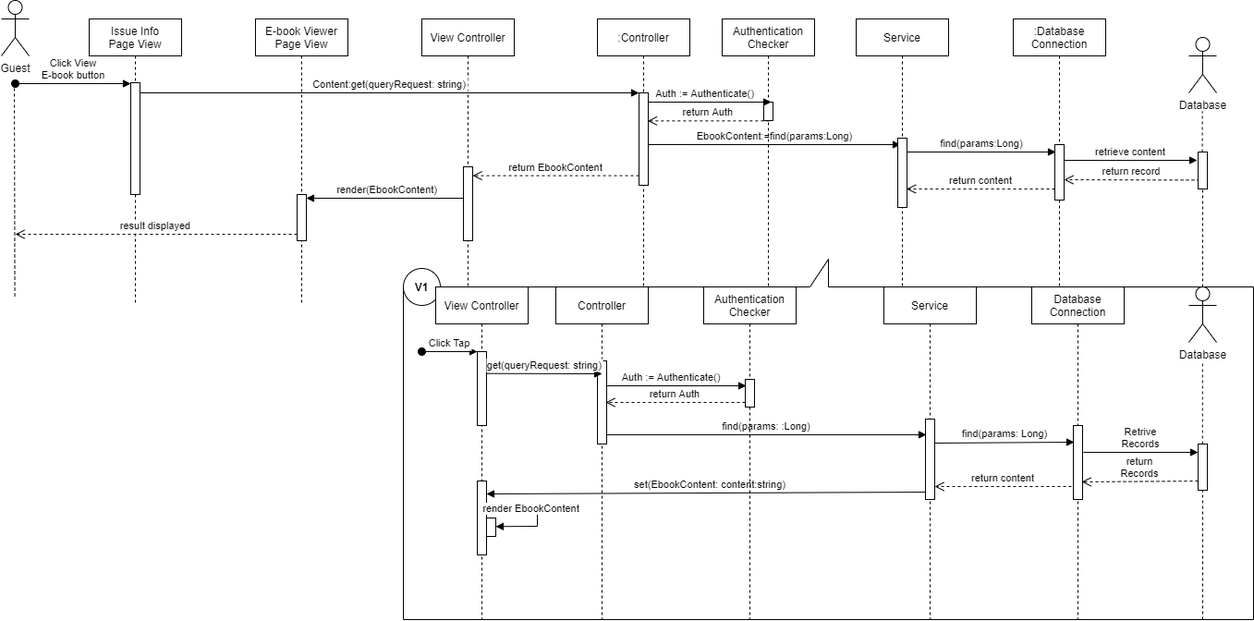
Earlier version of the draw.io export docs/SequenceDiagram/diagram_images/SD-UC-11.png (youngkwon02/Enhanced-library-management). Source tidied: cells renumbered, new cells last; positions are measured from the earlier drawing's top-left corner, leaving out a move shared by most shapes.
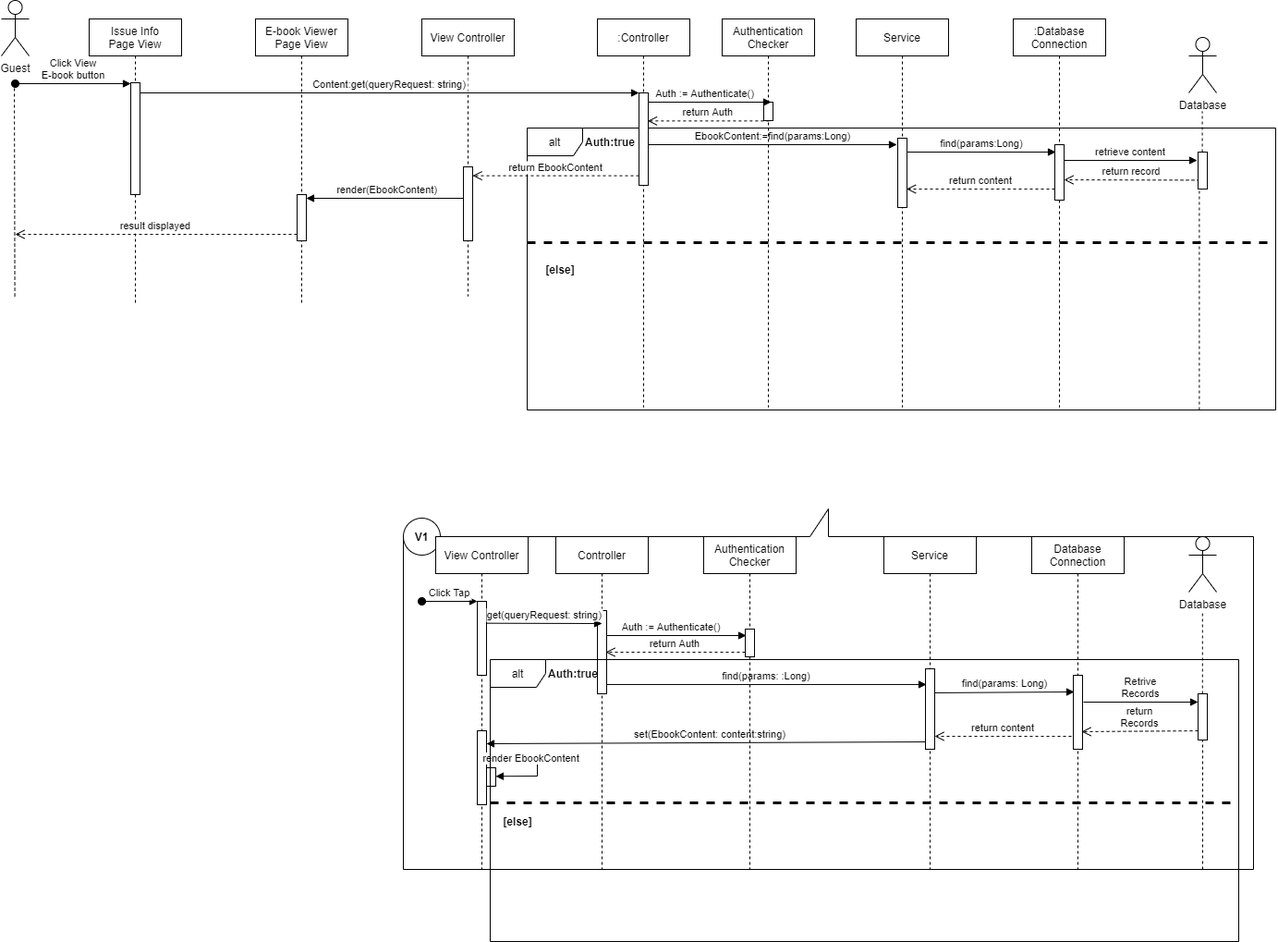
After the commit.

What changed in the source:
```diff
@@ -2,6 +2,9 @@
   <root>
     <mxCell id="0" />
     <mxCell id="1" parent="0" />
+    <mxCell id="65" value="alt" style="shape=umlFrame;whiteSpace=wrap;html=1;" parent="1" vertex="1">
+      <mxGeometry x="569" y="138" width="810" height="305" as="geometry" />
+    </mxCell>
     <mxCell id="2" value="View Controller" style="shape=umlLifeline;perimeter=lifelinePerimeter;rounded=0;shadow=0;strokeWidth=1;" parent="1" vertex="1">
       <mxGeometry x="455" y="20" width="100" height="300" as="geometry" />
     </mxCell>
@@ -14,7 +17,7 @@
       <mxGeometry x="45" y="160" width="10" height="80" as="geometry" />
     </mxCell>
     <mxCell id="5" value=":Controller" style="shape=umlLifeline;perimeter=lifelinePerimeter;rounded=0;shadow=0;strokeWidth=1;" parent="1" vertex="1">
-      <mxGeometry x="645" y="20" width="100" height="300" as="geometry" />
+      <mxGeometry x="645" y="20" width="100" height="420" as="geometry" />
     </mxCell>
     <mxCell id="6" style="points=[];perimeter=orthogonalPerimeter;rounded=0;shadow=0;strokeWidth=1;" parent="5" vertex="1">
       <mxGeometry x="45" y="80" width="10" height="100" as="geometry" />
@@ -29,7 +32,7 @@
       <mxGeometry width="30" height="60" as="geometry" />
     </mxCell>
     <mxCell id="10" value=":Database&#10;Connection" style="shape=umlLifeline;perimeter=lifelinePerimeter;rounded=0;shadow=0;strokeWidth=1;" parent="1" vertex="1">
-      <mxGeometry x="1095" y="20" width="100" height="300" as="geometry" />
+      <mxGeometry x="1095" y="20" width="100" height="420" as="geometry" />
     </mxCell>
     <mxCell id="11" style="perimeter=orthogonalPerimeter;rounded=0;shadow=0;strokeWidth=1;" parent="10" vertex="1">
       <mxGeometry x="45" y="136" width="10" height="60" as="geometry" />
@@ -37,7 +40,7 @@
     <mxCell id="12" value="Database" style="shape=umlActor;verticalLabelPosition=bottom;verticalAlign=top;html=1;" parent="1" vertex="1">
       <mxGeometry x="1285" y="40" width="30" height="60" as="geometry" />
     </mxCell>
-    <mxCell id="13" value="EbookContent:=find(params:Long)" style="verticalAlign=bottom;endArrow=block;shadow=0;strokeWidth=1;entryX=0.48;entryY=0.469;entryDx=0;entryDy=0;entryPerimeter=0;" parent="1" edge="1" target="43">
+    <mxCell id="13" value="EbookContent:=find(params:Long)" style="verticalAlign=bottom;endArrow=block;shadow=0;strokeWidth=1;entryX=-0.1;entryY=0.093;entryDx=0;entryDy=0;entryPerimeter=0;" parent="1" edge="1" target="44">
       <mxGeometry relative="1" as="geometry">
         <mxPoint x="700" y="156" as="sourcePoint" />
       </mxGeometry>
@@ -65,64 +68,64 @@
       </mxGeometry>
     </mxCell>
     <mxCell id="18" style="shape=callout;whiteSpace=wrap;html=1;perimeter=calloutPerimeter;rotation=-180;" parent="1" vertex="1">
-      <mxGeometry x="435" y="280" width="920" height="390" as="geometry" />
+      <mxGeometry x="435" y="550" width="920" height="390" as="geometry" />
     </mxCell>
     <mxCell id="19" value="Database" style="shape=umlActor;verticalLabelPosition=bottom;verticalAlign=top;html=1;" parent="1" vertex="1">
-      <mxGeometry x="1285" y="310" width="30" height="60" as="geometry" />
+      <mxGeometry x="1285" y="580" width="30" height="60" as="geometry" />
     </mxCell>
     <mxCell id="20" style="endArrow=none;dashed=1;html=1;startArrow=none;" parent="1" edge="1" source="22">
       <mxGeometry relative="1" as="geometry">
-        <mxPoint x="1299.8" y="390" as="targetPoint" />
+        <mxPoint x="1299.8" y="660" as="targetPoint" />
       </mxGeometry>
     </mxCell>
     <mxCell id="21" value="find(params: :Long)" style="verticalAlign=bottom;endArrow=block;shadow=0;strokeWidth=1;entryX=0.1;entryY=0.195;entryDx=0;entryDy=0;entryPerimeter=0;" parent="1" edge="1" source="30" target="48">
       <mxGeometry relative="1" as="geometry" />
     </mxCell>
     <mxCell id="22" style="points=[];perimeter=orthogonalPerimeter;rounded=0;shadow=0;strokeWidth=1;" parent="1" vertex="1">
-      <mxGeometry x="1295" y="480" width="10" height="50" as="geometry" />
+      <mxGeometry x="1295" y="750" width="10" height="50" as="geometry" />
     </mxCell>
     <mxCell id="23" style="endArrow=none;dashed=1;html=1;startArrow=none;" parent="1" edge="1" target="22">
       <mxGeometry relative="1" as="geometry">
-        <mxPoint x="1300" y="670" as="sourcePoint" />
+        <mxPoint x="1300" y="940" as="sourcePoint" />
       </mxGeometry>
     </mxCell>
     <mxCell id="24" value="Retrive&#10;Records" style="verticalAlign=bottom;endArrow=block;shadow=0;strokeWidth=1;" parent="1" edge="1">
       <mxGeometry relative="1" as="geometry">
-        <mxPoint x="1171" y="489" as="sourcePoint" />
-        <mxPoint x="1295" y="489" as="targetPoint" />
+        <mxPoint x="1171" y="759" as="sourcePoint" />
+        <mxPoint x="1295" y="759" as="targetPoint" />
       </mxGeometry>
     </mxCell>
     <mxCell id="25" value="return&#10;Records" style="verticalAlign=bottom;endArrow=open;dashed=1;endSize=8;exitX=-0.026;exitY=1.002;shadow=0;strokeWidth=1;exitDx=0;exitDy=0;exitPerimeter=0;" parent="1" edge="1">
       <mxGeometry relative="1" as="geometry">
-        <mxPoint x="1295" y="520.1" as="sourcePoint" />
-        <mxPoint x="1169" y="521" as="targetPoint" />
+        <mxPoint x="1295" y="790.1" as="sourcePoint" />
+        <mxPoint x="1169" y="791" as="targetPoint" />
       </mxGeometry>
     </mxCell>
     <mxCell id="26" value="set(EbookContent: content:string)" style="verticalAlign=bottom;endArrow=block;shadow=0;strokeWidth=1;entryX=1;entryY=0.175;entryDx=0;entryDy=0;entryPerimeter=0;" parent="1" edge="1" target="36">
       <mxGeometry relative="1" as="geometry">
-        <mxPoint x="1009" y="532" as="sourcePoint" />
+        <mxPoint x="1009" y="802" as="sourcePoint" />
       </mxGeometry>
     </mxCell>
     <mxCell id="27" style="ellipse;whiteSpace=wrap;html=1;" parent="1" vertex="1">
-      <mxGeometry x="435" y="290" width="40" height="40" as="geometry" />
+      <mxGeometry x="435" y="560" width="40" height="40" as="geometry" />
     </mxCell>
     <mxCell id="28" value="&lt;b&gt;V1&lt;/b&gt;" style="text;html=1;strokeColor=none;fillColor=none;align=center;verticalAlign=middle;whiteSpace=wrap;rounded=0;" parent="1" vertex="1">
-      <mxGeometry x="435" y="300" width="40" height="20" as="geometry" />
+      <mxGeometry x="435" y="570" width="40" height="20" as="geometry" />
     </mxCell>
     <mxCell id="29" value="Controller" style="shape=umlLifeline;perimeter=lifelinePerimeter;rounded=0;shadow=0;strokeWidth=1;" parent="1" vertex="1">
-      <mxGeometry x="600" y="310" width="100" height="360" as="geometry" />
+      <mxGeometry x="600" y="580" width="100" height="360" as="geometry" />
     </mxCell>
     <mxCell id="30" style="points=[];perimeter=orthogonalPerimeter;rounded=0;shadow=0;strokeWidth=1;" parent="29" vertex="1">
       <mxGeometry x="45" y="80" width="10" height="90" as="geometry" />
     </mxCell>
     <mxCell id="31" value="Database&#10;Connection" style="shape=umlLifeline;perimeter=lifelinePerimeter;rounded=0;shadow=0;strokeWidth=1;" parent="1" vertex="1">
-      <mxGeometry x="1115" y="310" width="100" height="360" as="geometry" />
+      <mxGeometry x="1115" y="580" width="100" height="360" as="geometry" />
     </mxCell>
     <mxCell id="32" style="perimeter=orthogonalPerimeter;rounded=0;shadow=0;strokeWidth=1;" parent="31" vertex="1">
       <mxGeometry x="45" y="150" width="10" height="80" as="geometry" />
     </mxCell>
     <mxCell id="33" value="View Controller" style="shape=umlLifeline;perimeter=lifelinePerimeter;rounded=0;shadow=0;strokeWidth=1;" parent="1" vertex="1">
-      <mxGeometry x="470" y="310" width="100" height="360" as="geometry" />
+      <mxGeometry x="470" y="580" width="100" height="360" as="geometry" />
     </mxCell>
     <mxCell id="34" style="points=[];perimeter=orthogonalPerimeter;rounded=0;shadow=0;strokeWidth=1;" parent="33" vertex="1">
       <mxGeometry x="45" y="70" width="10" height="80" as="geometry" />
@@ -152,20 +155,18 @@
     </mxCell>
     <mxCell id="40" value="get(queryRequest: string)" style="verticalAlign=bottom;endArrow=block;shadow=0;strokeWidth=1;exitX=1.083;exitY=0.871;exitDx=0;exitDy=0;exitPerimeter=0;" parent="1" edge="1">
       <mxGeometry relative="1" as="geometry">
-        <mxPoint x="525.8" y="403.7" as="sourcePoint" />
-        <mxPoint x="650" y="404" as="targetPoint" />
+        <mxPoint x="525.8" y="673.7" as="sourcePoint" />
+        <mxPoint x="650" y="674" as="targetPoint" />
       </mxGeometry>
     </mxCell>
     <mxCell id="41" style="points=[];perimeter=orthogonalPerimeter;rounded=0;shadow=0;strokeWidth=1;" parent="1" vertex="1">
       <mxGeometry x="1295" y="164" width="10" height="40" as="geometry" />
     </mxCell>
-    <mxCell id="42" style="endArrow=none;dashed=1;html=1;" parent="1" edge="1" target="41">
-      <mxGeometry relative="1" as="geometry">
-        <mxPoint x="1300" y="310" as="sourcePoint" />
-      </mxGeometry>
+    <mxCell id="42" style="endArrow=none;dashed=1;html=1;exitX=0.898;exitY=1;exitDx=0;exitDy=0;exitPerimeter=0;" parent="1" edge="1" source="65" target="41">
+      <mxGeometry relative="1" as="geometry" />
     </mxCell>
     <mxCell id="43" value="Service" style="shape=umlLifeline;perimeter=lifelinePerimeter;rounded=0;shadow=0;strokeWidth=1;" parent="1" vertex="1">
-      <mxGeometry x="925" y="20" width="100" height="290" as="geometry" />
+      <mxGeometry x="925" y="20" width="100" height="420" as="geometry" />
     </mxCell>
     <mxCell id="44" style="points=[];perimeter=orthogonalPerimeter;rounded=0;shadow=0;strokeWidth=1;" parent="43" vertex="1">
       <mxGeometry x="45" y="129" width="10" height="75" as="geometry" />
@@ -183,25 +184,25 @@
       </mxGeometry>
     </mxCell>
     <mxCell id="47" value="Service" style="shape=umlLifeline;perimeter=lifelinePerimeter;rounded=0;shadow=0;strokeWidth=1;" parent="1" vertex="1">
-      <mxGeometry x="955" y="310" width="100" height="360" as="geometry" />
+      <mxGeometry x="955" y="580" width="100" height="360" as="geometry" />
     </mxCell>
     <mxCell id="48" style="points=[];perimeter=orthogonalPerimeter;rounded=0;shadow=0;strokeWidth=1;" parent="47" vertex="1">
       <mxGeometry x="45" y="143" width="10" height="87" as="geometry" />
     </mxCell>
     <mxCell id="49" value="find(params: Long)" style="verticalAlign=bottom;endArrow=block;shadow=0;strokeWidth=1;entryX=-0.1;entryY=0.227;entryDx=0;entryDy=0;entryPerimeter=0;exitX=1.2;exitY=0.373;exitDx=0;exitDy=0;exitPerimeter=0;" parent="1" edge="1">
       <mxGeometry relative="1" as="geometry">
-        <mxPoint x="1010" y="479" as="sourcePoint" />
-        <mxPoint x="1161" y="478" as="targetPoint" />
+        <mxPoint x="1010" y="749" as="sourcePoint" />
+        <mxPoint x="1161" y="748" as="targetPoint" />
       </mxGeometry>
     </mxCell>
     <mxCell id="50" value="return content" style="verticalAlign=bottom;endArrow=open;dashed=1;endSize=8;shadow=0;strokeWidth=1;entryX=1.1;entryY=0.839;entryDx=0;entryDy=0;entryPerimeter=0;" parent="1" edge="1">
       <mxGeometry relative="1" as="geometry">
-        <mxPoint x="1158" y="526" as="sourcePoint" />
-        <mxPoint x="1010" y="526" as="targetPoint" />
+        <mxPoint x="1158" y="796" as="sourcePoint" />
+        <mxPoint x="1010" y="796" as="targetPoint" />
       </mxGeometry>
     </mxCell>
     <mxCell id="51" value="Authentication&#10;Checker" style="shape=umlLifeline;perimeter=lifelinePerimeter;rounded=0;shadow=0;strokeWidth=1;" parent="1" vertex="1">
-      <mxGeometry x="780" y="20" width="100" height="290" as="geometry" />
+      <mxGeometry x="780" y="20" width="100" height="420" as="geometry" />
     </mxCell>
     <mxCell id="52" style="perimeter=orthogonalPerimeter;rounded=0;shadow=0;strokeWidth=1;" parent="51" vertex="1">
       <mxGeometry x="45" y="90" width="10" height="20" as="geometry" />
@@ -219,21 +220,21 @@
       </mxGeometry>
     </mxCell>
     <mxCell id="55" value="Authentication&#10;Checker" style="shape=umlLifeline;perimeter=lifelinePerimeter;rounded=0;shadow=0;strokeWidth=1;" parent="1" vertex="1">
-      <mxGeometry x="760" y="310" width="100" height="360" as="geometry" />
+      <mxGeometry x="760" y="580" width="100" height="360" as="geometry" />
     </mxCell>
     <mxCell id="56" style="perimeter=orthogonalPerimeter;rounded=0;shadow=0;strokeWidth=1;" parent="55" vertex="1">
       <mxGeometry x="45" y="100" width="10" height="30" as="geometry" />
     </mxCell>
     <mxCell id="57" value="Auth := Authenticate()" style="verticalAlign=bottom;endArrow=block;shadow=0;strokeWidth=1;" parent="1" edge="1">
       <mxGeometry x="-0.07" relative="1" as="geometry">
-        <mxPoint x="655" y="417" as="sourcePoint" />
-        <mxPoint x="806" y="417" as="targetPoint" />
+        <mxPoint x="655" y="687" as="sourcePoint" />
+        <mxPoint x="806" y="687" as="targetPoint" />
       </mxGeometry>
     </mxCell>
     <mxCell id="58" value="return Auth" style="verticalAlign=bottom;endArrow=open;dashed=1;endSize=8;shadow=0;strokeWidth=1;entryX=1;entryY=0.5;entryDx=0;entryDy=0;entryPerimeter=0;" parent="1" edge="1">
       <mxGeometry relative="1" as="geometry">
-        <mxPoint x="805" y="435" as="sourcePoint" />
-        <mxPoint x="654" y="435" as="targetPoint" />
+        <mxPoint x="805" y="705" as="sourcePoint" />
+        <mxPoint x="654" y="705" as="targetPoint" />
       </mxGeometry>
     </mxCell>
     <mxCell id="59" value="Issue Info&#10;Page View" style="shape=umlLifeline;perimeter=lifelinePerimeter;rounded=0;shadow=0;strokeWidth=1;" parent="1" vertex="1">
@@ -256,5 +257,32 @@
     <mxCell id="64" value="render(EbookContent)" style="verticalAlign=bottom;endArrow=block;shadow=0;strokeWidth=1;exitX=-0.043;exitY=0.425;exitDx=0;exitDy=0;exitPerimeter=0;" parent="1" edge="1" source="4" target="62">
       <mxGeometry x="-0.04" relative="1" as="geometry" />
     </mxCell>
+    <mxCell id="66" value="&lt;b&gt;Auth:true&lt;/b&gt;" style="text;html=1;strokeColor=none;fillColor=none;align=center;verticalAlign=middle;whiteSpace=wrap;rounded=0;" parent="1" vertex="1">
+      <mxGeometry x="639" y="143" width="40" height="20" as="geometry" />
+    </mxCell>
+    <mxCell id="67" style="endArrow=none;dashed=1;html=1;strokeWidth=3;" parent="1" edge="1">
+      <mxGeometry relative="1" as="geometry">
+        <mxPoint x="569" y="262" as="sourcePoint" />
+        <mxPoint x="1379" y="262" as="targetPoint" />
+      </mxGeometry>
+    </mxCell>
+    <mxCell id="68" value="&lt;b&gt;[else]&lt;/b&gt;" style="text;html=1;strokeColor=none;fillColor=none;align=center;verticalAlign=middle;whiteSpace=wrap;rounded=0;" parent="1" vertex="1">
+      <mxGeometry x="585" y="280.5" width="40" height="20" as="geometry" />
+    </mxCell>
+    <mxCell id="69" value="alt" style="shape=umlFrame;whiteSpace=wrap;html=1;" parent="1" vertex="1">
+      <mxGeometry x="529" y="713" width="810" height="305" as="geometry" />
+    </mxCell>
+    <mxCell id="70" value="&lt;b&gt;Auth:true&lt;/b&gt;" style="text;html=1;strokeColor=none;fillColor=none;align=center;verticalAlign=middle;whiteSpace=wrap;rounded=0;" parent="1" vertex="1">
+      <mxGeometry x="599" y="718" width="40" height="20" as="geometry" />
+    </mxCell>
+    <mxCell id="71" style="endArrow=none;dashed=1;html=1;strokeWidth=3;" parent="1" edge="1">
+      <mxGeometry relative="1" as="geometry">
+        <mxPoint x="529" y="868" as="sourcePoint" />
+        <mxPoint x="1339" y="868" as="targetPoint" />
+      </mxGeometry>
+    </mxCell>
+    <mxCell id="72" value="&lt;b&gt;[else]&lt;/b&gt;" style="text;html=1;strokeColor=none;fillColor=none;align=center;verticalAlign=middle;whiteSpace=wrap;rounded=0;" parent="1" vertex="1">
+      <mxGeometry x="539" y="878" width="40" height="20" as="geometry" />
+    </mxCell>
   </root>
 </mxGraphModel>
```
